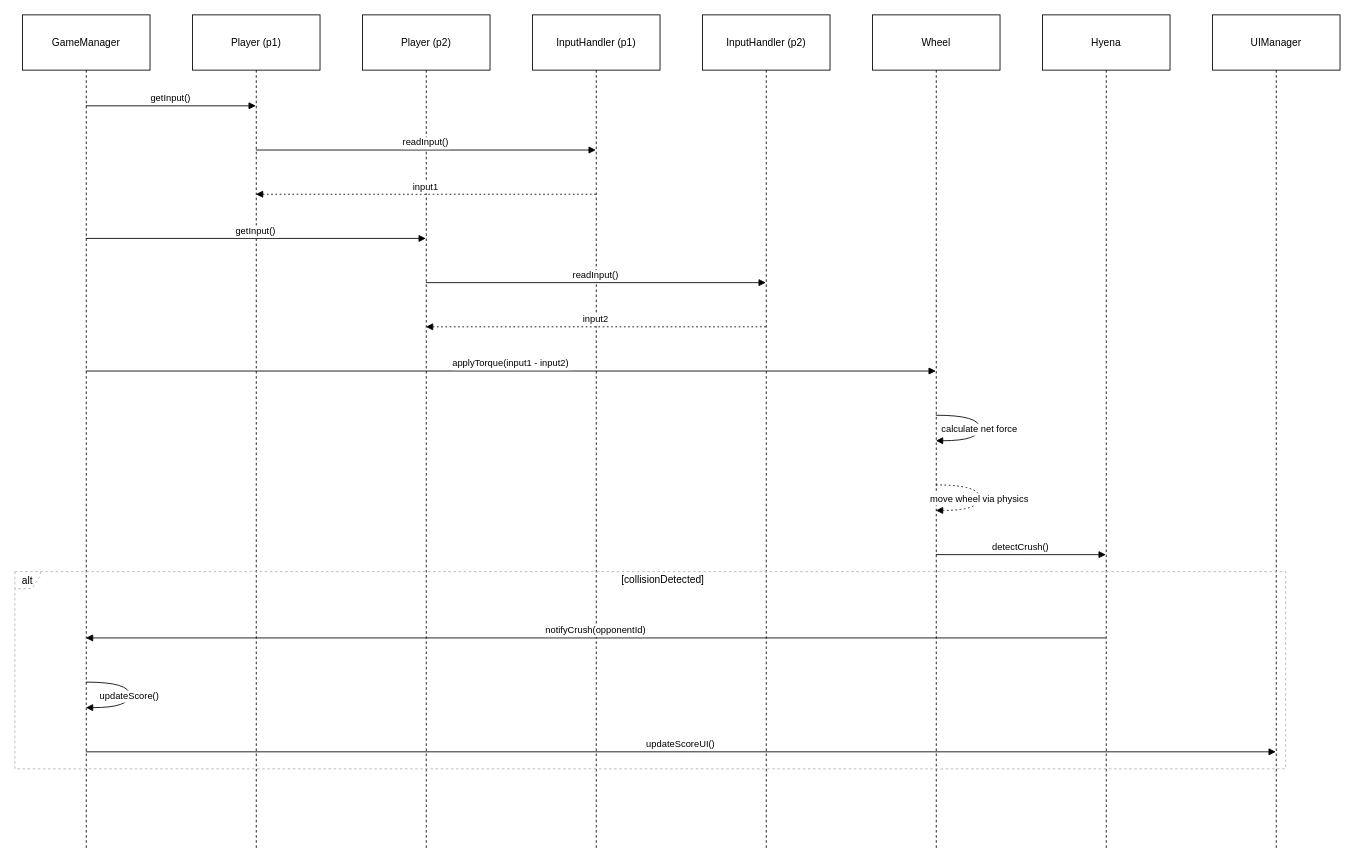
The draw.io diagram CrushCollaborationDiagram.drawio in nsy115-11404f/modelisation, before the edit. Source tidied: cells renumbered, new cells numbered last; positions are measured from the earlier drawing's top-left corner, leaving out a move shared by most shapes. Both pictures are drawn from the tidied source at 85%, with x=0, y=0 at pixel (14, 14).
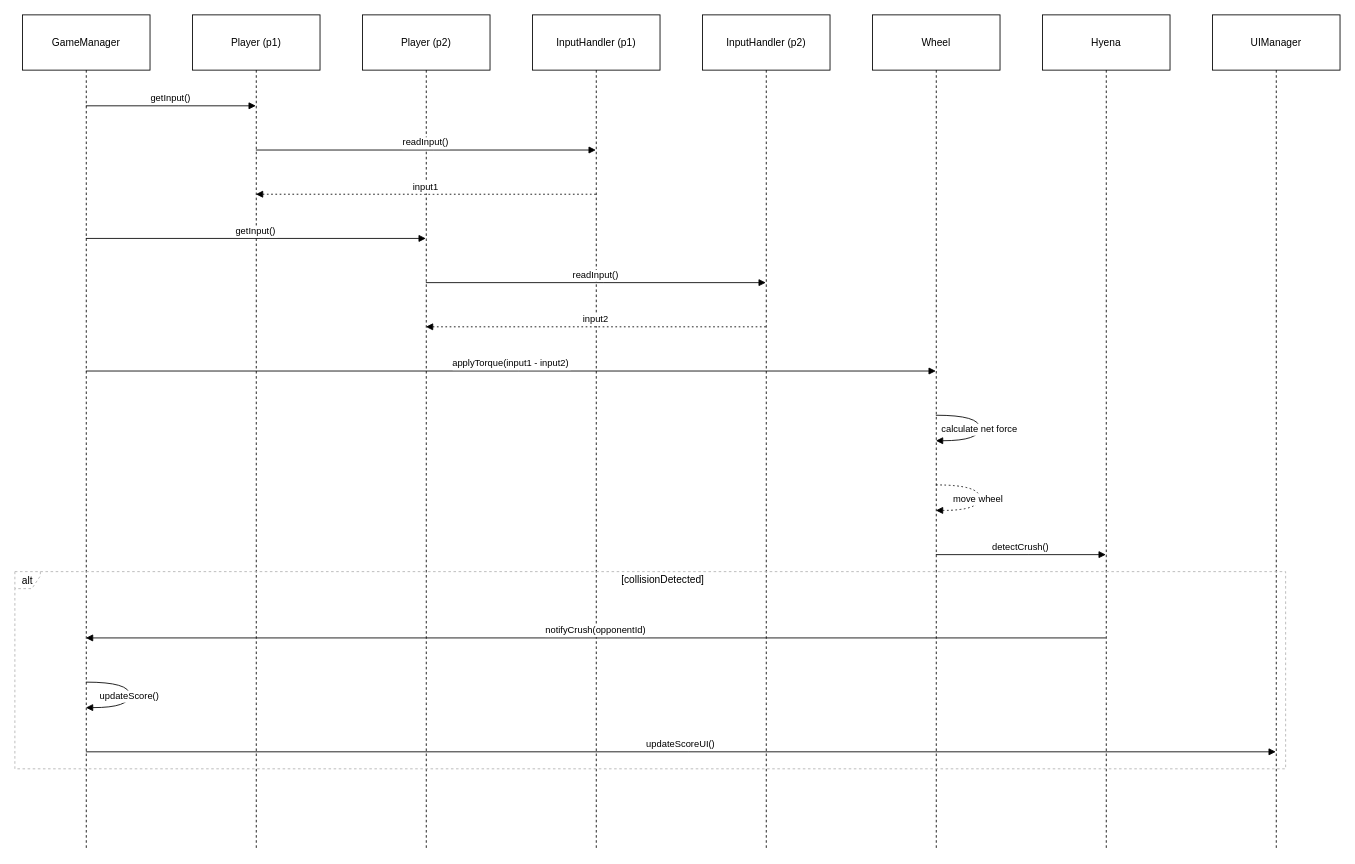
The same page after the edit.

Unchanged cells that the change refers to:
```xml
<mxCell id="7" value="Wheel" style="shape=umlLifeline;perimeter=lifelinePerimeter;whiteSpace=wrap;outlineConnect=0;portConstraint=eastwest;newEdgeStyle={&quot;edgeStyle&quot;:&quot;elbowEdgeStyle&quot;,&quot;elbow&quot;:&quot;vertical&quot;,&quot;curved&quot;:0,&quot;rounded&quot;:0};size=65;" parent="1" vertex="1">
  <mxGeometry x="1009" width="150" height="982" as="geometry" />
</mxCell>
```

The edit, as a diff of the source:
```diff
@@
-    <mxCell id="20" value="move wheel via physics" style="curved=1;dashed=1;dashPattern=2 3;endArrow=block;rounded=0;" parent="1" edge="1" source="7" target="7">
+    <mxCell id="20" value="move wheel " style="curved=1;dashed=1;dashPattern=2 3;endArrow=block;rounded=0;" parent="1" edge="1" source="7" target="7">
       <mxGeometry relative="1" as="geometry">
         <Array as="points">
           <mxPoint x="1135" y="553" />
           <mxPoint x="1135" y="583" />
         </Array>
       </mxGeometry>
     </mxCell>
```
